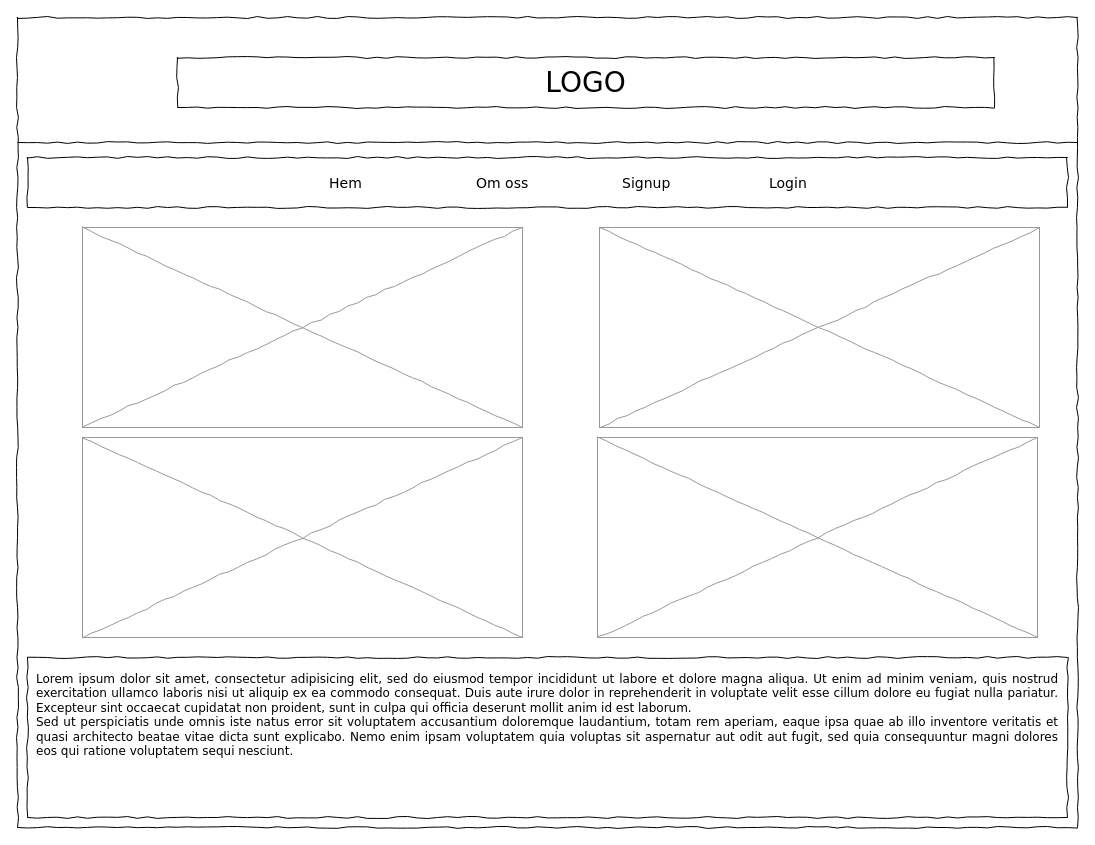
Earlier version of the draw.io diagram Untitled Diagram.drawio (intellijava/Wireframes). Source tidied: cells renumbered, new cells numbered last; positions are measured from the earlier drawing's top-left corner, leaving out a move shared by most shapes. Both pictures are drawn from the tidied source at 100%, with x=0, y=0 at pixel (17, 17). Pictures stored in the file or linked from it are replaced by grey dashed boxes.
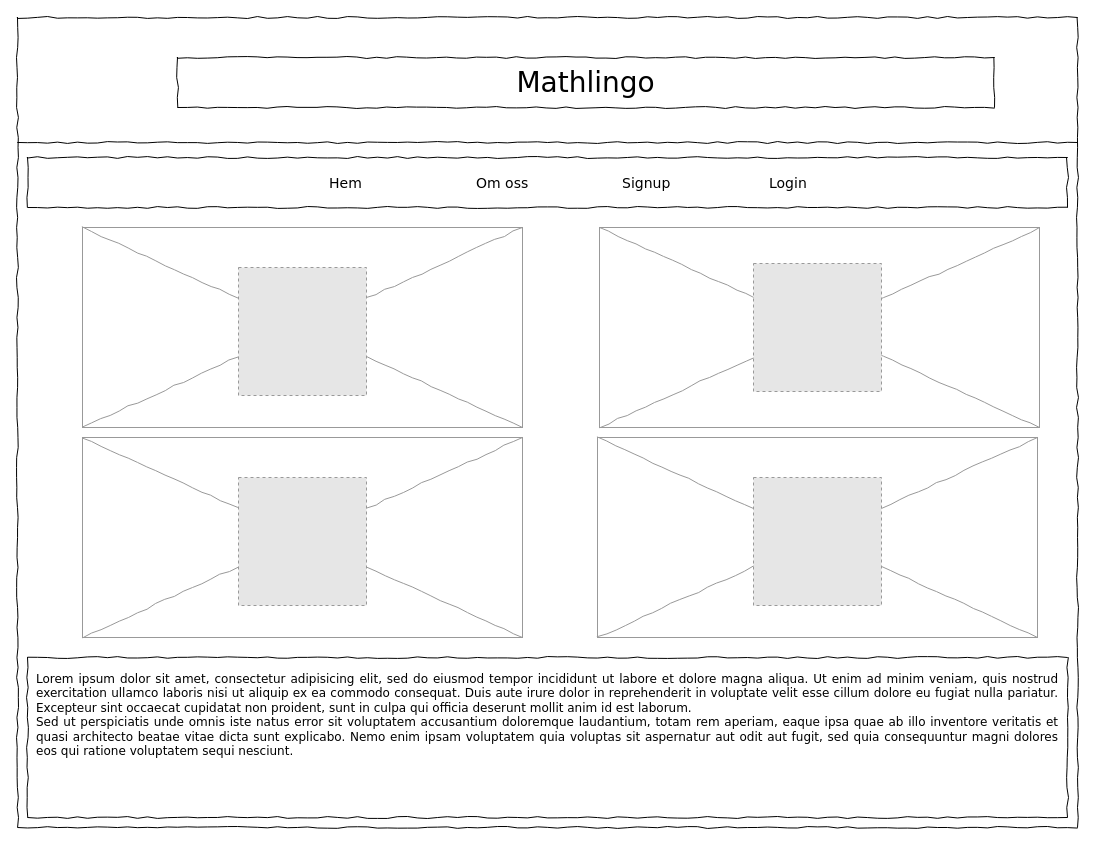
Above is the later version.

Change to the diagram source:
```diff
@@
 <mxGraphModel>
   <root>
     <mxCell id="0" />
     <mxCell id="1" parent="0" />
     <mxCell id="2" style="whiteSpace=wrap;html=1;rounded=0;shadow=0;labelBackgroundColor=none;strokeColor=#000000;strokeWidth=1;fillColor=none;fontFamily=Verdana;fontSize=12;fontColor=#000000;align=center;comic=1;" parent="1" vertex="1">
       <mxGeometry width="1060" height="810" as="geometry" />
     </mxCell>
-    <mxCell id="3" value="LOGO" style="whiteSpace=wrap;html=1;rounded=0;shadow=0;labelBackgroundColor=none;strokeWidth=1;fontFamily=Verdana;fontSize=28;align=center;comic=1;" parent="1" vertex="1">
+    <mxCell id="3" value="Mathlingo" style="whiteSpace=wrap;html=1;rounded=0;shadow=0;labelBackgroundColor=none;strokeWidth=1;fontFamily=Verdana;fontSize=28;align=center;comic=1;" parent="1" vertex="1">
       <mxGeometry x="160" y="40" width="817" height="50" as="geometry" />
     </mxCell>
     <mxCell id="4" style="line;strokeWidth=1;html=1;rounded=0;shadow=0;labelBackgroundColor=none;fillColor=none;fontFamily=Verdana;fontSize=14;fontColor=#000000;align=center;comic=1;" parent="1" vertex="1">
       <mxGeometry y="120" width="1060" height="10" as="geometry" />
     </mxCell>
     <mxCell id="5" style="whiteSpace=wrap;html=1;rounded=0;shadow=0;labelBackgroundColor=none;strokeWidth=1;fillColor=none;fontFamily=Verdana;fontSize=12;align=center;comic=1;" parent="1" vertex="1">
       <mxGeometry x="10" y="140" width="1040" height="50" as="geometry" />
     </mxCell>
     <mxCell id="6" value="Hem" style="text;html=1;align=left;verticalAlign=top;spacingTop=-4;fontSize=14;fontFamily=Verdana;" parent="1" vertex="1">
       <mxGeometry x="310" y="155" width="60" height="20" as="geometry" />
     </mxCell>
     <mxCell id="7" value="Om oss" style="text;html=1;align=left;verticalAlign=top;spacingTop=-4;fontSize=14;fontFamily=Verdana;" parent="1" vertex="1">
       <mxGeometry x="457" y="155" width="60" height="20" as="geometry" />
     </mxCell>
     <mxCell id="8" value="Signup" style="text;html=1;align=left;verticalAlign=top;spacingTop=-4;fontSize=14;fontFamily=Verdana;" parent="1" vertex="1">
       <mxGeometry x="603" y="155" width="60" height="20" as="geometry" />
     </mxCell>
     <mxCell id="9" value="Login" style="text;html=1;align=left;verticalAlign=top;spacingTop=-4;fontSize=14;fontFamily=Verdana;" parent="1" vertex="1">
       <mxGeometry x="750" y="155" width="60" height="20" as="geometry" />
     </mxCell>
     <mxCell id="10" value="&lt;div style=&quot;text-align: justify&quot;&gt;&lt;span&gt;Lorem ipsum dolor sit amet, consectetur adipisicing elit, sed do eiusmod tempor incididunt ut labore et dolore magna aliqua. Ut enim ad minim veniam, quis nostrud exercitation ullamco laboris nisi ut aliquip ex ea commodo consequat. Duis aute irure dolor in reprehenderit in voluptate velit esse cillum dolore eu fugiat nulla pariatur. Excepteur sint occaecat cupidatat non proident, sunt in culpa qui officia deserunt mollit anim id est laborum.&lt;/span&gt;&lt;/div&gt;&lt;div style=&quot;text-align: justify&quot;&gt;&lt;span&gt;Sed ut perspiciatis unde omnis iste natus error sit voluptatem accusantium doloremque laudantium, totam rem aperiam, eaque ipsa quae ab illo inventore veritatis et quasi architecto beatae vitae dicta sunt explicabo. Nemo enim ipsam voluptatem quia voluptas sit aspernatur aut odit aut fugit, sed quia consequuntur magni dolores eos qui ratione voluptatem sequi nesciunt.&amp;nbsp;&lt;/span&gt;&lt;/div&gt;" style="whiteSpace=wrap;html=1;rounded=0;shadow=0;labelBackgroundColor=none;strokeWidth=1;fillColor=none;fontFamily=Verdana;fontSize=12;align=center;verticalAlign=top;spacing=10;comic=1;" parent="1" vertex="1">
       <mxGeometry x="10" y="640" width="1040" height="160" as="geometry" />
     </mxCell>
     <mxCell id="11" style="verticalLabelPosition=bottom;shadow=0;dashed=0;align=center;html=1;verticalAlign=top;strokeWidth=1;shape=mxgraph.mockup.graphics.simpleIcon;strokeColor=#999999;rounded=0;labelBackgroundColor=none;fontFamily=Verdana;fontSize=14;fontColor=#000000;comic=1;" parent="1" vertex="1">
       <mxGeometry x="65" y="210" width="440" height="200" as="geometry" />
     </mxCell>
     <mxCell id="12" style="verticalLabelPosition=bottom;shadow=0;dashed=0;align=center;html=1;verticalAlign=top;strokeWidth=1;shape=mxgraph.mockup.graphics.simpleIcon;strokeColor=#999999;rounded=0;labelBackgroundColor=none;fontFamily=Verdana;fontSize=14;fontColor=#000000;comic=1;" parent="1" vertex="1">
       <mxGeometry x="582" y="210" width="440" height="200" as="geometry" />
     </mxCell>
     <mxCell id="13" style="verticalLabelPosition=bottom;shadow=0;dashed=0;align=center;html=1;verticalAlign=top;strokeWidth=1;shape=mxgraph.mockup.graphics.simpleIcon;strokeColor=#999999;rounded=0;labelBackgroundColor=none;fontFamily=Verdana;fontSize=14;fontColor=#000000;comic=1;" parent="1" vertex="1">
       <mxGeometry x="65" y="420" width="440" height="200" as="geometry" />
     </mxCell>
     <mxCell id="14" style="verticalLabelPosition=bottom;shadow=0;dashed=0;align=center;html=1;verticalAlign=top;strokeWidth=1;shape=mxgraph.mockup.graphics.simpleIcon;strokeColor=#999999;rounded=0;labelBackgroundColor=none;fontFamily=Verdana;fontSize=14;fontColor=#000000;comic=1;" parent="1" vertex="1">
       <mxGeometry x="580" y="420" width="440" height="200" as="geometry" />
     </mxCell>
+    <mxCell id="15" style="fillColor=#E6E6E6;strokeColor=#999999;dashed=1;html=1;verticalAlign=top;verticalLabelPosition=bottom;labelBackgroundColor=#ffffff;" parent="1" vertex="1">
+      <mxGeometry x="221" y="250" width="128" height="128" as="geometry" />
+    </mxCell>
+    <mxCell id="16" style="fillColor=#E6E6E6;strokeColor=#999999;dashed=1;html=1;verticalAlign=top;verticalLabelPosition=bottom;labelBackgroundColor=#ffffff;" parent="1" vertex="1">
+      <mxGeometry x="736" y="246" width="128" height="128" as="geometry" />
+    </mxCell>
+    <mxCell id="17" style="fillColor=#E6E6E6;strokeColor=#999999;dashed=1;html=1;verticalAlign=top;verticalLabelPosition=bottom;labelBackgroundColor=#ffffff;" parent="1" vertex="1">
+      <mxGeometry x="221" y="460" width="128" height="128" as="geometry" />
+    </mxCell>
+    <mxCell id="18" style="fillColor=#E6E6E6;strokeColor=#999999;dashed=1;html=1;verticalAlign=top;verticalLabelPosition=bottom;labelBackgroundColor=#ffffff;" parent="1" vertex="1">
+      <mxGeometry x="736" y="460" width="128" height="128" as="geometry" />
+    </mxCell>
   </root>
 </mxGraphModel>
```
